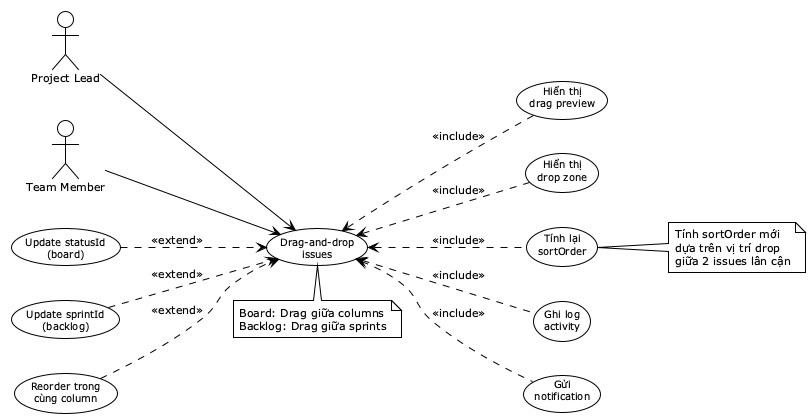
toantran292/datn keeps this PlantUML diagram as reports/dat-examples/report/images/uc05_4_drag_drop.png. Above is the earlier version.
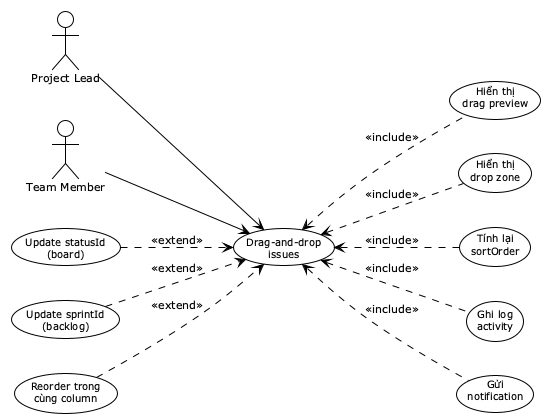
The same diagram one commit later.

Change to the diagram source:
```diff
@@ -31,15 +31,6 @@
 UC_UpdateSprint ..> UC_DragDrop : <<extend>>
 UC_Reorder ..> UC_DragDrop : <<extend>>
 
-note right of UC_CalcSortOrder
-  Tính sortOrder mới
-  dựa trên vị trí drop
-  giữa 2 issues lân cận
-end note
 
-note bottom of UC_DragDrop
-  Board: Drag giữa columns
-  Backlog: Drag giữa sprints
-end note
 
 @enduml
```
